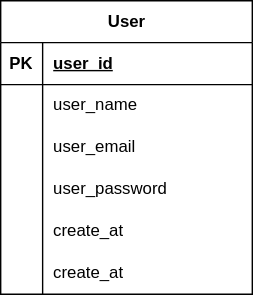
Earlier version of the draw.io export DB-Coding-Habit/postgres/DiagramaDBV1.drawio.svg (DailyCodingSoft/CodingHabit). Source tidied: cells renumbered, new cells last; positions are measured from the earlier drawing's top-left corner, leaving out a move shared by most shapes.
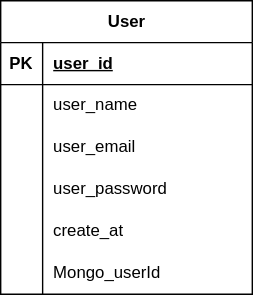
The same file after the commit.

Change to the diagram source:
```diff
@@ -56,7 +56,7 @@
     <mxCell id="19" style="shape=partialRectangle;fillColor=none;top=0;left=0;bottom=0;right=0;overflow=hidden;whiteSpace=wrap;html=1;" parent="18" vertex="1">
       <mxGeometry width="30" height="30" as="geometry" />
     </mxCell>
-    <mxCell id="20" value="create_at" style="shape=partialRectangle;fillColor=none;top=0;left=0;bottom=0;right=0;align=left;spacingLeft=6;overflow=hidden;whiteSpace=wrap;html=1;" parent="18" vertex="1">
+    <mxCell id="20" value="Mongo_userId" style="shape=partialRectangle;fillColor=none;top=0;left=0;bottom=0;right=0;align=left;spacingLeft=6;overflow=hidden;whiteSpace=wrap;html=1;" parent="18" vertex="1">
       <mxGeometry x="30" width="150" height="30" as="geometry" />
     </mxCell>
   </root>
```
